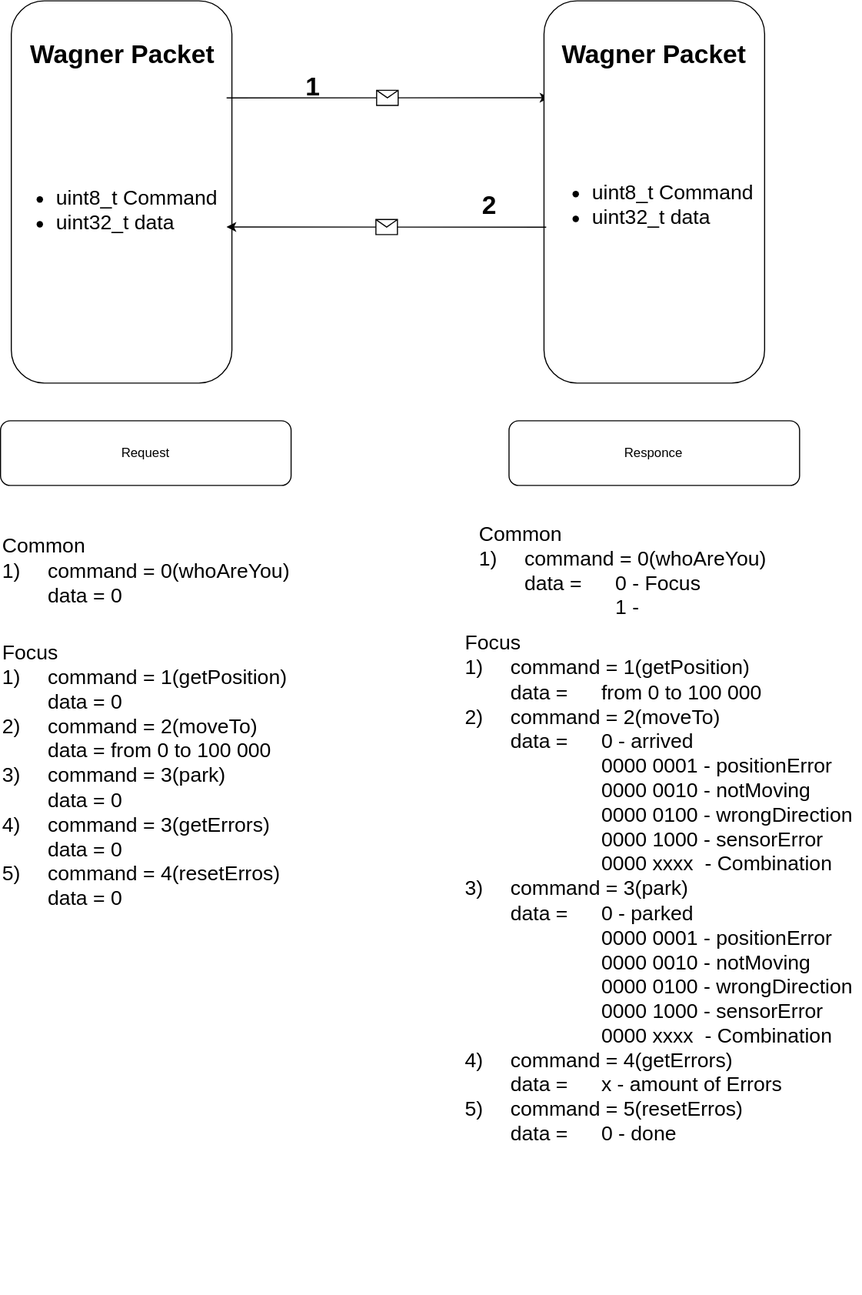
H4KC3R/Wagner keeps this draw.io diagram as WagnerPackets.svg. Above is the earlier version. Source tidied: cells renumbered, new cells last; positions are measured from the earlier drawing's top-left corner, leaving out a move shared by most shapes.
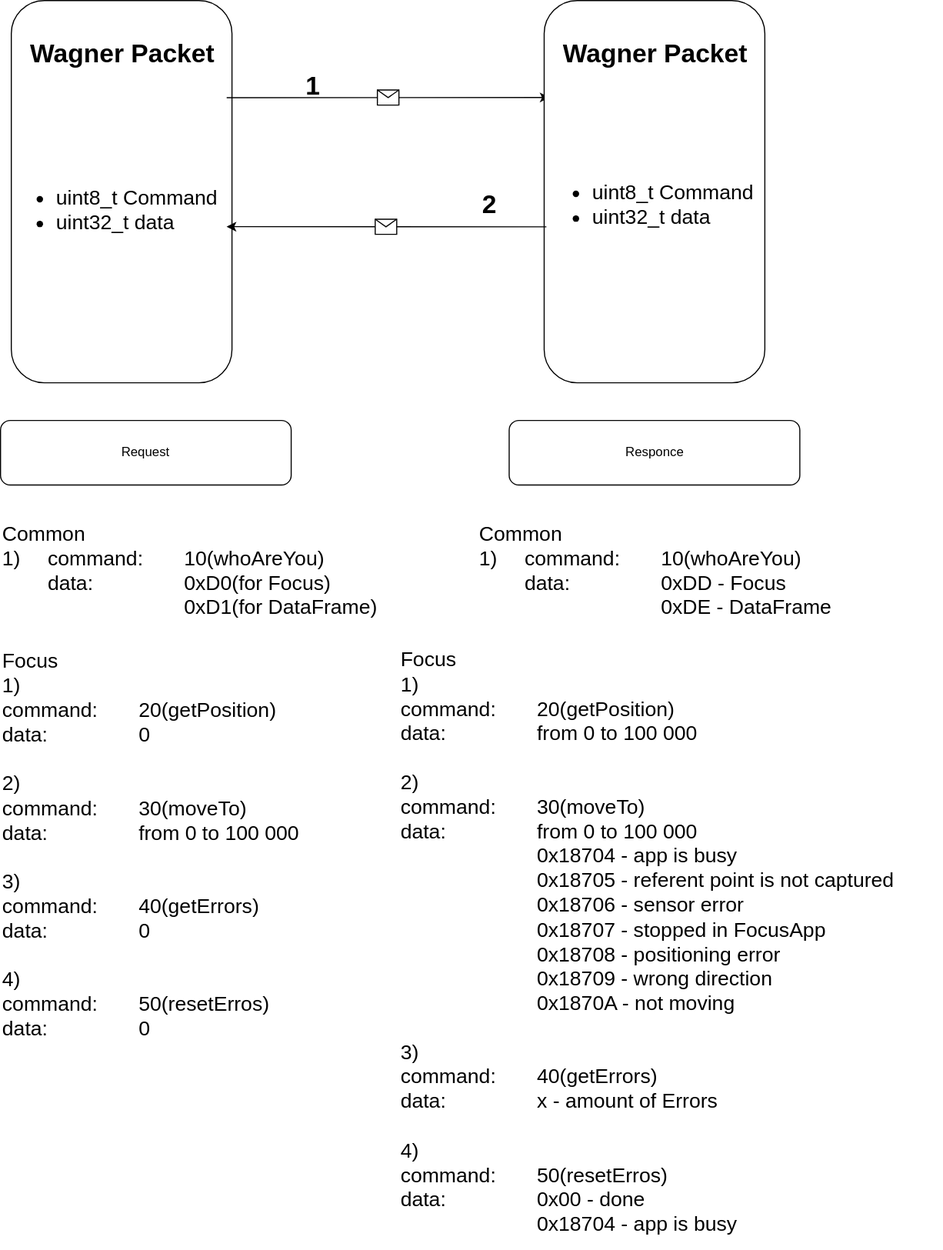
Later version of the same file.

Change to the diagram source:
```diff
@@ -45,4 +45,4 @@
     </mxCell>
-    <mxCell id="13" value="&lt;div&gt;Focus&lt;/div&gt;&lt;div&gt;1) &lt;span style=&quot;white-space: pre;&quot;&gt;&#9;&lt;/span&gt;&lt;span style=&quot;background-color: initial;&quot;&gt;command = 1(getPosition)&lt;/span&gt;&lt;/div&gt;&lt;div&gt;&lt;span style=&quot;white-space: pre;&quot;&gt;&#9;&lt;/span&gt;data = 0&lt;br&gt;&lt;/div&gt;&lt;div&gt;2)&lt;span style=&quot;white-space: pre;&quot;&gt;&#9;&lt;/span&gt;&lt;span style=&quot;background-color: initial;&quot;&gt;command = 2(moveTo)&lt;/span&gt;&lt;/div&gt;&lt;div&gt;&lt;span style=&quot;white-space: pre;&quot;&gt;&#9;&lt;/span&gt;data = from 0 to 100 000&lt;br&gt;&lt;/div&gt;&lt;div&gt;3) &lt;span style=&quot;white-space: pre;&quot;&gt;&#9;&lt;/span&gt;&lt;span style=&quot;background-color: initial;&quot;&gt;command = 3(park)&lt;/span&gt;&lt;/div&gt;&lt;div&gt;&lt;span style=&quot;white-space: pre;&quot;&gt;&#9;&lt;/span&gt;data = 0&lt;br&gt;&lt;/div&gt;&lt;div&gt;4)&lt;span style=&quot;white-space: pre;&quot;&gt;&#9;&lt;/span&gt;&lt;span style=&quot;background-color: initial;&quot;&gt;command = 3(getErrors)&lt;/span&gt;&lt;/div&gt;&lt;div&gt;&lt;span style=&quot;white-space: pre;&quot;&gt;&#9;&lt;/span&gt;data = 0&lt;br&gt;&lt;/div&gt;&lt;div&gt;5)&lt;span style=&quot;white-space: pre;&quot;&gt;&#9;&lt;/span&gt;&lt;span style=&quot;background-color: initial;&quot;&gt;command = 4(resetErros)&lt;/span&gt;&lt;/div&gt;&lt;div&gt;&lt;span style=&quot;white-space: pre;&quot;&gt;&#9;&lt;/span&gt;data = 0&lt;/div&gt;" style="text;strokeColor=none;fillColor=none;html=1;whiteSpace=wrap;verticalAlign=middle;overflow=hidden;fontFamily=Helvetica;fontSize=19;" parent="1" vertex="1">
-      <mxGeometry x="65" y="415" width="330" height="560" as="geometry" />
+    <mxCell id="13" value="&lt;div&gt;Focus&lt;/div&gt;&lt;div&gt;1) &lt;span style=&quot;white-space: pre;&quot;&gt;&#9;&lt;/span&gt;&lt;/div&gt;&lt;div&gt;&lt;span style=&quot;background-color: initial;&quot;&gt;command:&lt;span style=&quot;white-space: pre;&quot;&gt;&#9;&lt;/span&gt;20(getPosition)&lt;/span&gt;&lt;/div&gt;&lt;div&gt;data:&lt;span style=&quot;white-space: pre;&quot;&gt;&#9;&lt;/span&gt;&lt;span style=&quot;white-space: pre;&quot;&gt;&#9;&lt;/span&gt;0&lt;br&gt;&lt;/div&gt;&lt;div&gt;&lt;br&gt;&lt;/div&gt;&lt;div&gt;2)&lt;span style=&quot;white-space: pre;&quot;&gt;&#9;&lt;/span&gt;&lt;/div&gt;&lt;div&gt;&lt;span style=&quot;background-color: initial;&quot;&gt;command:&lt;span style=&quot;white-space: pre;&quot;&gt;&#9;&lt;/span&gt;30(moveTo)&lt;/span&gt;&lt;/div&gt;&lt;div&gt;data:&lt;span style=&quot;white-space: pre;&quot;&gt;&#9;&lt;/span&gt;&lt;span style=&quot;white-space: pre;&quot;&gt;&#9;&lt;/span&gt;from 0 to 100 000&lt;/div&gt;&lt;div&gt;&lt;br&gt;&lt;/div&gt;&lt;div&gt;3)&lt;span style=&quot;white-space: pre;&quot;&gt;&#9;&lt;/span&gt;&lt;/div&gt;&lt;div&gt;&lt;span style=&quot;background-color: initial;&quot;&gt;command:&lt;span style=&quot;white-space: pre;&quot;&gt;&#9;&lt;/span&gt;40(getErrors)&lt;/span&gt;&lt;/div&gt;&lt;div&gt;data:&lt;span style=&quot;white-space: pre;&quot;&gt;&#9;&lt;/span&gt;&lt;span style=&quot;white-space: pre;&quot;&gt;&#9;&lt;/span&gt;0&lt;br&gt;&lt;/div&gt;&lt;div&gt;&lt;br&gt;&lt;/div&gt;&lt;div&gt;4)&lt;span style=&quot;white-space: pre;&quot;&gt;&#9;&lt;/span&gt;&lt;/div&gt;&lt;div&gt;&lt;span style=&quot;background-color: initial;&quot;&gt;command:&lt;span style=&quot;white-space: pre;&quot;&gt;&#9;&lt;/span&gt;50(resetErros)&lt;/span&gt;&lt;/div&gt;&lt;div&gt;data:&lt;span style=&quot;white-space: pre;&quot;&gt;&#9;&lt;/span&gt;&lt;span style=&quot;white-space: pre;&quot;&gt;&#9;&lt;/span&gt;0&lt;/div&gt;" style="text;strokeColor=none;fillColor=none;html=1;whiteSpace=wrap;verticalAlign=middle;overflow=hidden;fontFamily=Helvetica;fontSize=19;" parent="1" vertex="1">
+      <mxGeometry x="65" y="575" width="330" height="370" as="geometry" />
     </mxCell>
@@ -51,4 +51,4 @@
     </mxCell>
-    <mxCell id="15" value="&lt;div&gt;Common&lt;/div&gt;&lt;div&gt;1)&lt;span style=&quot;white-space: pre;&quot;&gt;&#9;&lt;/span&gt;&lt;span style=&quot;background-color: initial;&quot;&gt;command = 0(whoAreYou)&lt;/span&gt;&lt;/div&gt;&lt;div&gt;&lt;span style=&quot;white-space: pre;&quot;&gt;&#9;&lt;/span&gt;data = 0&lt;/div&gt;" style="text;strokeColor=none;fillColor=none;html=1;whiteSpace=wrap;verticalAlign=middle;overflow=hidden;fontFamily=Helvetica;fontSize=19;" parent="1" vertex="1">
-      <mxGeometry x="65" y="445" width="330" height="120" as="geometry" />
+    <mxCell id="15" value="&lt;div&gt;Common&lt;/div&gt;&lt;div&gt;1)&lt;span style=&quot;white-space: pre;&quot;&gt;&#9;&lt;/span&gt;&lt;span style=&quot;background-color: initial;&quot;&gt;command:&lt;span style=&quot;white-space: pre;&quot;&gt;&#9;&lt;/span&gt;10&lt;/span&gt;&lt;span style=&quot;background-color: initial;&quot;&gt;(whoAreYou)&lt;/span&gt;&lt;/div&gt;&lt;div&gt;&lt;span style=&quot;white-space: pre;&quot;&gt;&#9;&lt;/span&gt;data:&lt;span style=&quot;white-space: pre;&quot;&gt;&#9;&lt;/span&gt;&lt;span style=&quot;white-space: pre;&quot;&gt;&#9;&lt;/span&gt;0xD0(for Focus)&lt;/div&gt;&lt;div&gt;&lt;span style=&quot;background-color: initial;&quot;&gt;&lt;span style=&quot;white-space: pre;&quot;&gt;&#9;&lt;/span&gt;&lt;span style=&quot;white-space: pre;&quot;&gt;&#9;&lt;/span&gt;&lt;span style=&quot;white-space: pre;&quot;&gt;&#9;&lt;/span&gt;&lt;span style=&quot;white-space: pre;&quot;&gt;&#9;&lt;/span&gt;0xD1(for DataFrame)&lt;/span&gt;&lt;/div&gt;" style="text;strokeColor=none;fillColor=none;html=1;whiteSpace=wrap;verticalAlign=middle;overflow=hidden;fontFamily=Helvetica;fontSize=19;" parent="1" vertex="1">
+      <mxGeometry x="65" y="445" width="370" height="120" as="geometry" />
     </mxCell>
@@ -60,6 +60,6 @@
     </mxCell>
-    <mxCell id="18" value="&lt;div&gt;Focus&lt;/div&gt;&lt;div&gt;1)&amp;nbsp;&lt;span style=&quot;white-space: pre;&quot;&gt;&#9;&lt;/span&gt;&lt;span style=&quot;background-color: initial;&quot;&gt;command = 1(getPosition)&lt;/span&gt;&lt;/div&gt;&lt;div&gt;&lt;span style=&quot;&quot;&gt;&#9;&lt;/span&gt;&lt;span style=&quot;white-space: pre;&quot;&gt;&#9;&lt;/span&gt;data = &lt;span style=&quot;white-space: pre;&quot;&gt;&#9;&lt;/span&gt;from 0 to 100 000&lt;br&gt;&lt;/div&gt;&lt;div&gt;2)&lt;span style=&quot;white-space: pre;&quot;&gt;&#9;&lt;/span&gt;&lt;span style=&quot;background-color: initial;&quot;&gt;command = 2(moveTo)&lt;/span&gt;&lt;/div&gt;&lt;div&gt;&lt;span style=&quot;&quot;&gt;&#9;&lt;/span&gt;&lt;span style=&quot;white-space: pre;&quot;&gt;&#9;&lt;/span&gt;data =&amp;nbsp; &lt;span style=&quot;white-space: pre;&quot;&gt;&#9;&lt;/span&gt;0 - arrived&lt;/div&gt;&lt;div&gt;&lt;span style=&quot;&quot;&gt;&#9;&lt;/span&gt;&lt;span style=&quot;&quot;&gt;&#9;&lt;/span&gt;&lt;span style=&quot;white-space: pre;&quot;&gt;&#9;&lt;/span&gt;&lt;span style=&quot;white-space: pre;&quot;&gt;&#9;&lt;span style=&quot;white-space: pre;&quot;&gt;&#9;&lt;/span&gt;&lt;/span&gt;0000 0001 - positionError&lt;br&gt;&lt;/div&gt;&lt;div&gt;&lt;span style=&quot;&quot;&gt;&#9;&lt;/span&gt;&lt;span style=&quot;&quot;&gt;&#9;&lt;/span&gt;&lt;span style=&quot;white-space: pre;&quot;&gt;&#9;&lt;/span&gt;&lt;span style=&quot;white-space: pre;&quot;&gt;&#9;&lt;span style=&quot;white-space: pre;&quot;&gt;&#9;&lt;/span&gt;&lt;/span&gt;0000 0010 - notMoving&lt;br&gt;&lt;/div&gt;&lt;div&gt;&lt;span style=&quot;&quot;&gt;&#9;&lt;/span&gt;&lt;span style=&quot;&quot;&gt;&#9;&lt;/span&gt;&lt;span style=&quot;white-space: pre;&quot;&gt;&#9;&lt;/span&gt;&lt;span style=&quot;white-space: pre;&quot;&gt;&#9;&lt;span style=&quot;white-space: pre;&quot;&gt;&#9;&lt;/span&gt;&lt;/span&gt;0000 0100 - wrongDirection&lt;span style=&quot;&quot;&gt;&#9;&lt;/span&gt;&lt;br&gt;&lt;/div&gt;&lt;div&gt;&lt;span style=&quot;&quot;&gt;&#9;&lt;/span&gt;&lt;span style=&quot;&quot;&gt;&#9;&lt;/span&gt;&lt;span style=&quot;white-space: pre;&quot;&gt;&#9;&lt;/span&gt;&lt;span style=&quot;white-space: pre;&quot;&gt;&#9;&lt;span style=&quot;white-space: pre;&quot;&gt;&#9;&lt;/span&gt;&lt;/span&gt;0000 1000 - sensorError&lt;br&gt;&lt;/div&gt;&lt;div&gt;&lt;span style=&quot;&quot;&gt;&#9;&lt;/span&gt;&lt;span style=&quot;&quot;&gt;&#9;&lt;/span&gt;&lt;span style=&quot;white-space: pre;&quot;&gt;&#9;&lt;/span&gt;&lt;span style=&quot;white-space: pre;&quot;&gt;&#9;&lt;span style=&quot;white-space: pre;&quot;&gt;&#9;&lt;/span&gt;&lt;/span&gt;0000 xxxx&amp;nbsp; - Combination&lt;br&gt;&lt;/div&gt;&lt;div&gt;3)&amp;nbsp;&lt;span style=&quot;white-space: pre;&quot;&gt;&#9;&lt;/span&gt;&lt;span style=&quot;background-color: initial;&quot;&gt;command = 3(park)&lt;/span&gt;&lt;/div&gt;&lt;div&gt;&lt;span style=&quot;&quot;&gt;&#9;&lt;/span&gt;&lt;span style=&quot;white-space: pre;&quot;&gt;&#9;&lt;/span&gt;data = &lt;span style=&quot;white-space: pre;&quot;&gt;&#9;&lt;/span&gt;0 - parked&lt;/div&gt;&lt;div&gt;&lt;span style=&quot;&quot;&gt;&#9;&lt;/span&gt;&lt;span style=&quot;&quot;&gt;&#9;&lt;/span&gt;&lt;span style=&quot;background-color: initial;&quot;&gt;&#9;&lt;/span&gt;&lt;span style=&quot;background-color: initial;&quot;&gt;&#9;&lt;/span&gt;&lt;span style=&quot;background-color: initial;&quot;&gt;&lt;span style=&quot;white-space: pre;&quot;&gt;&#9;&lt;/span&gt;&lt;span style=&quot;white-space: pre;&quot;&gt;&#9;&lt;span style=&quot;white-space: pre;&quot;&gt;&#9;&lt;/span&gt;&lt;/span&gt;0000 0001 - positionError&lt;/span&gt;&lt;br&gt;&lt;/div&gt;&lt;div&gt;&lt;span style=&quot;&quot;&gt;&#9;&lt;/span&gt;&lt;span style=&quot;&quot;&gt;&#9;&lt;/span&gt;&lt;span style=&quot;white-space: pre;&quot;&gt;&#9;&lt;/span&gt;&lt;span style=&quot;white-space: pre;&quot;&gt;&#9;&lt;span style=&quot;white-space: pre;&quot;&gt;&#9;&lt;/span&gt;&lt;/span&gt;0000 0010 - notMoving&lt;br&gt;&lt;/div&gt;&lt;div&gt;&lt;span style=&quot;&quot;&gt;&#9;&lt;/span&gt;&lt;span style=&quot;&quot;&gt;&#9;&lt;/span&gt;&lt;span style=&quot;white-space: pre;&quot;&gt;&#9;&lt;/span&gt;&lt;span style=&quot;white-space: pre;&quot;&gt;&#9;&lt;span style=&quot;white-space: pre;&quot;&gt;&#9;&lt;/span&gt;&lt;/span&gt;0000 0100 - wrongDirection&lt;span style=&quot;&quot;&gt;&#9;&lt;/span&gt;&lt;br&gt;&lt;/div&gt;&lt;div&gt;&lt;span style=&quot;&quot;&gt;&#9;&lt;/span&gt;&lt;span style=&quot;&quot;&gt;&#9;&lt;/span&gt;&lt;span style=&quot;white-space: pre;&quot;&gt;&#9;&lt;/span&gt;&lt;span style=&quot;white-space: pre;&quot;&gt;&#9;&lt;span style=&quot;white-space: pre;&quot;&gt;&#9;&lt;/span&gt;&lt;/span&gt;0000 1000 - sensorError&lt;br&gt;&lt;/div&gt;&lt;div&gt;&lt;span style=&quot;&quot;&gt;&#9;&lt;/span&gt;&lt;span style=&quot;&quot;&gt;&#9;&lt;/span&gt;&lt;span style=&quot;white-space: pre;&quot;&gt;&#9;&lt;/span&gt;&lt;span style=&quot;white-space: pre;&quot;&gt;&#9;&lt;span style=&quot;white-space: pre;&quot;&gt;&#9;&lt;/span&gt;&lt;/span&gt;0000 xxxx&amp;nbsp; - Combination&lt;/div&gt;&lt;div&gt;4)&lt;span style=&quot;white-space: pre;&quot;&gt;&#9;&lt;/span&gt;&lt;span style=&quot;background-color: initial;&quot;&gt;command = 4(getErrors)&lt;/span&gt;&lt;/div&gt;&lt;div&gt;&lt;span style=&quot;&quot;&gt;&#9;&lt;/span&gt;&lt;span style=&quot;white-space: pre;&quot;&gt;&#9;&lt;/span&gt;data = &lt;span style=&quot;white-space: pre;&quot;&gt;&#9;&lt;/span&gt;x - amount of Errors&lt;/div&gt;&lt;div&gt;5)&lt;span style=&quot;white-space: pre;&quot;&gt;&#9;&lt;/span&gt;&lt;span style=&quot;background-color: initial;&quot;&gt;command = 5(resetErros)&lt;/span&gt;&lt;/div&gt;&lt;div&gt;&lt;span style=&quot;&quot;&gt;&#9;&lt;/span&gt;&lt;span style=&quot;white-space: pre;&quot;&gt;&#9;&lt;/span&gt;data = &lt;span style=&quot;white-space: pre;&quot;&gt;&#9;&lt;/span&gt;0 - done&lt;/div&gt;" style="text;strokeColor=none;fillColor=none;html=1;whiteSpace=wrap;verticalAlign=middle;overflow=hidden;fontFamily=Helvetica;fontSize=19;" parent="1" vertex="1">
-      <mxGeometry x="495" y="425" width="370" height="750" as="geometry" />
+    <mxCell id="18" value="&lt;div&gt;Focus&lt;/div&gt;&lt;div&gt;1)&amp;nbsp;&lt;span style=&quot;&quot;&gt;&#9;&lt;/span&gt;&lt;/div&gt;&lt;div&gt;&lt;span style=&quot;background-color: initial;&quot;&gt;command: &lt;span style=&quot;white-space: pre;&quot;&gt;&#9;&lt;/span&gt;20(getPosition)&lt;/span&gt;&lt;/div&gt;&lt;div&gt;&lt;span style=&quot;&quot;&gt;&#9;&lt;/span&gt;&lt;span style=&quot;&quot;&gt;&#9;&lt;/span&gt;data:&amp;nbsp;&lt;span style=&quot;white-space: pre;&quot;&gt;&#9;&lt;span style=&quot;white-space: pre;&quot;&gt;&#9;&lt;/span&gt;&lt;/span&gt;&lt;span style=&quot;&quot;&gt;&lt;/span&gt;from 0 to 100 000&lt;br&gt;&lt;/div&gt;&lt;div&gt;&lt;br&gt;&lt;/div&gt;&lt;div&gt;2)&lt;span style=&quot;&quot;&gt;&#9;&lt;/span&gt;&lt;/div&gt;&lt;div&gt;&lt;span style=&quot;background-color: initial;&quot;&gt;command:&lt;span style=&quot;white-space: pre;&quot;&gt;&#9;&lt;/span&gt;30(moveTo)&lt;/span&gt;&lt;/div&gt;&lt;div&gt;&lt;span style=&quot;&quot;&gt;&#9;&lt;/span&gt;&lt;span style=&quot;&quot;&gt;&#9;&lt;/span&gt;data:&lt;span style=&quot;white-space: pre;&quot;&gt;&#9;&lt;span style=&quot;white-space: pre;&quot;&gt;&#9;&lt;/span&gt;&lt;/span&gt;&lt;span style=&quot;background-color: initial;&quot;&gt;from 0 to 100 000&lt;/span&gt;&lt;/div&gt;&lt;div&gt;&lt;span style=&quot;&quot;&gt;&#9;&lt;/span&gt;&lt;span style=&quot;&quot;&gt;&#9;&lt;/span&gt;&lt;span style=&quot;&quot;&gt;&#9;&lt;/span&gt;&lt;span style=&quot;white-space: pre;&quot;&gt;&#9;&lt;span style=&quot;white-space: pre;&quot;&gt;&#9;&lt;span style=&quot;white-space: pre;&quot;&gt;&#9;&lt;/span&gt;&lt;/span&gt;&lt;/span&gt;0x18704 - app is busy&lt;/div&gt;&lt;div&gt;&lt;span style=&quot;&quot;&gt;&#9;&lt;/span&gt;&lt;span style=&quot;&quot;&gt;&#9;&lt;/span&gt;&lt;span style=&quot;&quot;&gt;&#9;&lt;/span&gt;&lt;span style=&quot;white-space: pre;&quot;&gt;&#9;&lt;/span&gt;&lt;span style=&quot;white-space: pre;&quot;&gt;&#9;&lt;span style=&quot;white-space: pre;&quot;&gt;&#9;&lt;/span&gt;&lt;/span&gt;0x18705 - referent point is &lt;span style=&quot;&quot;&gt;&#9;&lt;/span&gt;&lt;span style=&quot;&quot;&gt;&#9;&lt;/span&gt;&lt;span style=&quot;&quot;&gt;&#9;&lt;/span&gt;not captured&lt;br&gt;&lt;/div&gt;&lt;div&gt;&lt;span style=&quot;&quot;&gt;&#9;&lt;/span&gt;&lt;span style=&quot;&quot;&gt;&#9;&lt;/span&gt;&lt;span style=&quot;&quot;&gt;&#9;&lt;/span&gt;&lt;span style=&quot;white-space: pre;&quot;&gt;&#9;&lt;/span&gt;&lt;span style=&quot;white-space: pre;&quot;&gt;&#9;&lt;span style=&quot;white-space: pre;&quot;&gt;&#9;&lt;/span&gt;&lt;/span&gt;0x18706 - sensor error&lt;br&gt;&lt;/div&gt;&lt;div&gt;&lt;span style=&quot;&quot;&gt;&#9;&lt;/span&gt;&lt;span style=&quot;&quot;&gt;&#9;&lt;/span&gt;&lt;span style=&quot;&quot;&gt;&#9;&lt;/span&gt;&lt;span style=&quot;white-space: pre;&quot;&gt;&#9;&lt;/span&gt;&lt;span style=&quot;white-space: pre;&quot;&gt;&#9;&lt;span style=&quot;white-space: pre;&quot;&gt;&#9;&lt;/span&gt;&lt;/span&gt;0x18707 - stopped in &lt;span style=&quot;&quot;&gt;&#9;&lt;/span&gt;&lt;span style=&quot;&quot;&gt;&#9;&lt;/span&gt;&lt;span style=&quot;&quot;&gt;&#9;&lt;/span&gt;FocusApp&lt;br&gt;&lt;/div&gt;&lt;div&gt;&lt;span style=&quot;&quot;&gt;&#9;&lt;/span&gt;&lt;span style=&quot;&quot;&gt;&#9;&lt;/span&gt;&lt;span style=&quot;&quot;&gt;&#9;&lt;/span&gt;&lt;span style=&quot;white-space: pre;&quot;&gt;&#9;&lt;/span&gt;&lt;span style=&quot;white-space: pre;&quot;&gt;&#9;&lt;span style=&quot;white-space: pre;&quot;&gt;&#9;&lt;/span&gt;&lt;/span&gt;0x18708 - positioning error&lt;br&gt;&lt;/div&gt;&lt;div&gt;&lt;span style=&quot;&quot;&gt;&#9;&lt;/span&gt;&lt;span style=&quot;&quot;&gt;&#9;&lt;/span&gt;&lt;span style=&quot;&quot;&gt;&#9;&lt;/span&gt;&lt;span style=&quot;white-space: pre;&quot;&gt;&#9;&lt;/span&gt;&lt;span style=&quot;white-space: pre;&quot;&gt;&#9;&lt;span style=&quot;white-space: pre;&quot;&gt;&#9;&lt;/span&gt;&lt;/span&gt;0x18709 - wrong direction&lt;br&gt;&lt;/div&gt;&lt;div&gt;&lt;span style=&quot;&quot;&gt;&#9;&lt;/span&gt;&lt;span style=&quot;&quot;&gt;&#9;&lt;/span&gt;&lt;span style=&quot;&quot;&gt;&#9;&lt;/span&gt;&lt;span style=&quot;white-space: pre;&quot;&gt;&#9;&lt;/span&gt;&lt;span style=&quot;white-space: pre;&quot;&gt;&#9;&lt;span style=&quot;white-space: pre;&quot;&gt;&#9;&lt;/span&gt;&lt;/span&gt;0x1870A - not moving&lt;/div&gt;&lt;div&gt;&lt;br&gt;&lt;/div&gt;&lt;div&gt;3)&lt;span style=&quot;&quot;&gt;&#9;&lt;/span&gt;&lt;/div&gt;&lt;div&gt;&lt;span style=&quot;background-color: initial;&quot;&gt;command:&lt;span style=&quot;white-space: pre;&quot;&gt;&#9;&lt;/span&gt;40(getErrors)&lt;/span&gt;&lt;/div&gt;&lt;div&gt;&lt;span style=&quot;&quot;&gt;&#9;&lt;/span&gt;&lt;span style=&quot;&quot;&gt;&#9;&lt;/span&gt;data:&lt;span style=&quot;white-space: pre;&quot;&gt;&#9;&lt;/span&gt;&lt;span style=&quot;white-space: pre;&quot;&gt;&#9;&lt;/span&gt;x - amount of Errors&lt;/div&gt;&lt;div&gt;&lt;br&gt;&lt;/div&gt;&lt;div&gt;4)&lt;span style=&quot;&quot;&gt;&#9;&lt;/span&gt;&lt;/div&gt;&lt;div&gt;&lt;span style=&quot;background-color: initial;&quot;&gt;command:&lt;span style=&quot;white-space: pre;&quot;&gt;&#9;&lt;/span&gt;50(resetErros)&lt;/span&gt;&lt;/div&gt;&lt;div&gt;&lt;span style=&quot;&quot;&gt;&#9;&lt;/span&gt;&lt;span style=&quot;&quot;&gt;&#9;&lt;/span&gt;data:&lt;span style=&quot;white-space: pre;&quot;&gt;&#9;&lt;/span&gt;&lt;span style=&quot;white-space: pre;&quot;&gt;&#9;&lt;/span&gt;0x00 - done&lt;/div&gt;&lt;div&gt;&lt;span style=&quot;white-space: pre;&quot;&gt;&#9;&lt;/span&gt;&lt;span style=&quot;white-space: pre;&quot;&gt;&#9;&lt;/span&gt;&lt;span style=&quot;white-space: pre;&quot;&gt;&#9;&lt;/span&gt;0x18704 - app is busy&lt;/div&gt;" style="text;strokeColor=none;fillColor=none;html=1;whiteSpace=wrap;verticalAlign=middle;overflow=hidden;fontFamily=Helvetica;fontSize=19;" parent="1" vertex="1">
+      <mxGeometry x="435" y="565" width="505" height="570" as="geometry" />
     </mxCell>
-    <mxCell id="19" value="&lt;div&gt;Common&lt;/div&gt;&lt;div&gt;1) &lt;span style=&quot;white-space: pre;&quot;&gt;&#9;&lt;/span&gt;&lt;span style=&quot;background-color: initial;&quot;&gt;command = 0(whoAreYou)&lt;/span&gt;&lt;/div&gt;&lt;div&gt;&lt;span style=&quot;white-space: pre;&quot;&gt;&#9;&lt;/span&gt;data =&lt;span style=&quot;white-space: pre;&quot;&gt;&#9;&lt;/span&gt;0 - Focus&lt;/div&gt;&lt;div&gt;&lt;span style=&quot;background-color: initial; white-space: pre;&quot;&gt;&lt;span style=&quot;white-space: pre;&quot;&gt;&#9;&lt;/span&gt;&lt;span style=&quot;white-space: pre;&quot;&gt;&#9;&lt;/span&gt;&lt;span style=&quot;white-space: pre;&quot;&gt;&#9;&lt;/span&gt;1 - &#9;&lt;/span&gt;&lt;/div&gt;" style="text;strokeColor=none;fillColor=none;html=1;whiteSpace=wrap;verticalAlign=middle;overflow=hidden;fontFamily=Helvetica;fontSize=19;" parent="1" vertex="1">
+    <mxCell id="19" value="&lt;div&gt;Common&lt;/div&gt;&lt;div&gt;1) &lt;span style=&quot;white-space: pre;&quot;&gt;&#9;&lt;/span&gt;&lt;span style=&quot;background-color: initial;&quot;&gt;command:&lt;span style=&quot;white-space: pre;&quot;&gt;&#9;&lt;/span&gt;10(whoAreYou)&lt;/span&gt;&lt;/div&gt;&lt;div&gt;&lt;span style=&quot;white-space: pre;&quot;&gt;&#9;&lt;/span&gt;data:&lt;span style=&quot;white-space: pre;&quot;&gt;&#9;&lt;/span&gt;&lt;span style=&quot;white-space: pre;&quot;&gt;&#9;&lt;/span&gt;0xDD&amp;nbsp;- Focus&lt;/div&gt;&lt;div&gt;&lt;span style=&quot;background-color: initial; white-space: pre;&quot;&gt;&lt;span style=&quot;white-space: pre;&quot;&gt;&#9;&lt;/span&gt;&lt;span style=&quot;white-space: pre;&quot;&gt;&#9;&lt;/span&gt;&lt;span style=&quot;white-space: pre;&quot;&gt;&#9;&lt;span style=&quot;white-space: pre;&quot;&gt;&#9;&lt;/span&gt;&lt;/span&gt;0xDE - DataFrame&#9;&lt;/span&gt;&lt;/div&gt;" style="text;strokeColor=none;fillColor=none;html=1;whiteSpace=wrap;verticalAlign=middle;overflow=hidden;fontFamily=Helvetica;fontSize=19;" parent="1" vertex="1">
       <mxGeometry x="507.5" y="445" width="330" height="120" as="geometry" />
```
